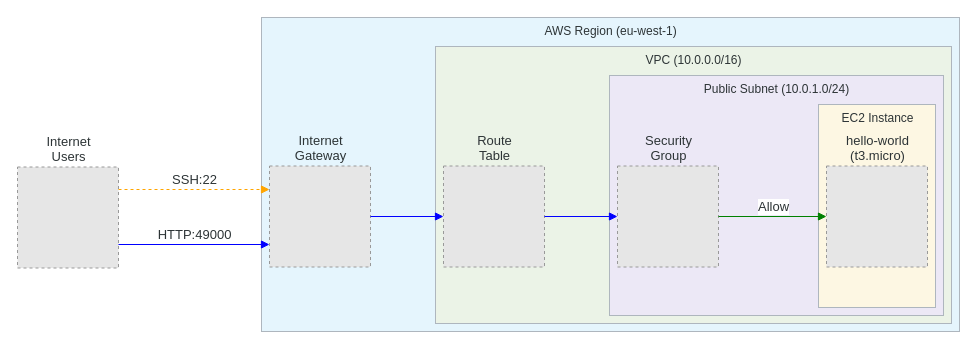
Before: infra/docs/infra-architecture.drawio in oriolrius/hello-world, a draw.io diagram. Source tidied: cells renumbered, new cells numbered last; positions are measured from the earlier drawing's top-left corner, leaving out a move shared by most shapes. Both pictures are drawn from the tidied source at 100%, with x=0, y=0 at pixel (17, 17). Pictures stored in the file or linked from it are replaced by grey dashed boxes.
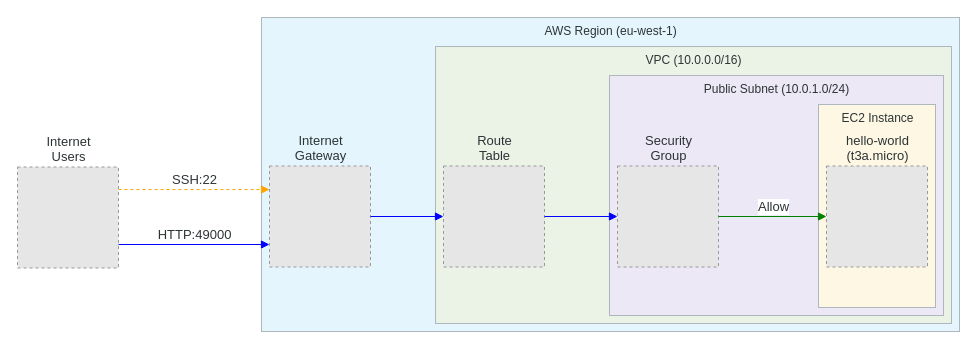
The same diagram, later.

Commit message (it also covers changes not shown here):
docs(infra): fix instance type and update for v5.x Docker deployment

What changed in the source:
```diff
@@
 <mxGraphModel>
   <root>
     <mxCell id="0" />
     <mxCell id="1" parent="0" />
     <mxCell id="2" value="&lt;font style='font-size: 12.0px;' face='Sans-Serif' color='#2d3436'&gt;AWS Region (eu-west-1)&lt;/font&gt;" style="verticalAlign=top;html=1;rounded=0;labelBackgroundColor=none;strokeColor=#aeb6be;fillColor=#e5f5fd;strokeWidth=1;dashed=0;" parent="1" vertex="1">
       <mxGeometry x="244" width="698" height="314" as="geometry" />
     </mxCell>
     <mxCell id="3" value="&lt;font style='font-size: 12.0px;' face='Sans-Serif' color='#2d3436'&gt;VPC (10.0.0.0/16)&lt;/font&gt;" style="verticalAlign=top;html=1;rounded=0;labelBackgroundColor=none;strokeColor=#aeb6be;fillColor=#ebf3e7;strokeWidth=1;dashed=0;" parent="1" vertex="1">
       <mxGeometry x="418" y="29" width="516" height="277" as="geometry" />
     </mxCell>
     <mxCell id="4" value="&lt;font style='font-size: 12.0px;' face='Sans-Serif' color='#2d3436'&gt;Public Subnet (10.0.1.0/24)&lt;/font&gt;" style="verticalAlign=top;html=1;rounded=0;labelBackgroundColor=none;strokeColor=#aeb6be;fillColor=#ece8f6;strokeWidth=1;dashed=0;" parent="1" vertex="1">
       <mxGeometry x="592" y="58" width="334" height="240" as="geometry" />
     </mxCell>
     <mxCell id="5" value="&lt;font style='font-size: 12.0px;' face='Sans-Serif' color='#2d3436'&gt;EC2 Instance&lt;/font&gt;" style="verticalAlign=top;html=1;rounded=0;labelBackgroundColor=none;strokeColor=#aeb6be;fillColor=#fdf7e3;strokeWidth=1;dashed=0;" parent="1" vertex="1">
       <mxGeometry x="801" y="87" width="117" height="203" as="geometry" />
     </mxCell>
-    <mxCell id="6" value="&lt;font style='font-size: 13.0px;' face='Sans-Serif' color='#2d3436'&gt;hello-world&lt;br/&gt;(t3.micro)&lt;/font&gt;" style="fillColor=#E6E6E6;strokeColor=#999999;dashed=1;verticalLabelPosition=top;labelBackgroundColor=none;verticalAlign=bottom;html=1;" parent="1" vertex="1">
+    <mxCell id="6" value="&lt;font style='font-size: 13.0px;' face='Sans-Serif' color='#2d3436'&gt;hello-world&lt;br/&gt;(t3a.micro)&lt;/font&gt;" style="fillColor=#E6E6E6;strokeColor=#999999;dashed=1;verticalLabelPosition=top;labelBackgroundColor=none;verticalAlign=bottom;html=1;" parent="1" vertex="1">
       <mxGeometry x="809" y="148.5" width="101" height="101" as="geometry" />
     </mxCell>
     <mxCell id="7" value="&lt;font style='font-size: 13.0px;' face='Sans-Serif' color='#2d3436'&gt;Security&lt;br/&gt;Group&lt;/font&gt;" style="fillColor=#E6E6E6;strokeColor=#999999;dashed=1;verticalLabelPosition=top;labelBackgroundColor=none;verticalAlign=bottom;html=1;" parent="1" vertex="1">
       <mxGeometry x="600" y="148.5" width="101" height="101" as="geometry" />
     </mxCell>
     <mxCell id="8" value="&lt;font style='font-size: 13.0px;' face='Sans-Serif' color='#2d3436'&gt;Route&lt;br/&gt;Table&lt;/font&gt;" style="fillColor=#E6E6E6;strokeColor=#999999;dashed=1;verticalLabelPosition=top;labelBackgroundColor=none;verticalAlign=bottom;html=1;" parent="1" vertex="1">
       <mxGeometry x="426" y="148.5" width="101" height="101" as="geometry" />
     </mxCell>
     <mxCell id="9" value="&lt;font style='font-size: 13.0px;' face='Sans-Serif' color='#2d3436'&gt;Internet&lt;br/&gt;Gateway&lt;/font&gt;" style="fillColor=#E6E6E6;strokeColor=#999999;dashed=1;verticalLabelPosition=top;labelBackgroundColor=none;verticalAlign=bottom;html=1;" parent="1" vertex="1">
       <mxGeometry x="252" y="148.5" width="101" height="101" as="geometry" />
     </mxCell>
     <mxCell id="10" value="&lt;font style='font-size: 13.0px;' face='Sans-Serif' color='#2d3436'&gt;Internet&lt;br/&gt;Users&lt;/font&gt;" style="fillColor=#E6E6E6;strokeColor=#999999;dashed=1;verticalLabelPosition=top;labelBackgroundColor=none;verticalAlign=bottom;html=1;" parent="1" vertex="1">
       <mxGeometry y="149.5" width="101" height="101" as="geometry" />
     </mxCell>
     <mxCell id="11" style="html=1;endArrow=block;dashed=0;endFill=1;startArrow=none;startFill=0;fillColor=green;strokeColor=green;strokeWidth=1;rounded=1;exitX=1.0000;exitY=0.5000;entryX=0.0000;entryY=0.5000;" parent="1" edge="1" source="7" target="6">
       <mxGeometry relative="1" as="geometry" />
     </mxCell>
     <mxCell id="12" value="&lt;font style='font-size: 13.0px;' face='Sans-Serif' color='#2d3436'&gt;Allow&lt;/font&gt;" style="edgeLabel;html=1;align=center;verticalAlign=bottom;" parent="11" vertex="1">
       <mxGeometry relative="1" as="geometry" />
     </mxCell>
     <mxCell id="13" style="html=1;endArrow=block;dashed=0;endFill=1;startArrow=none;startFill=0;fillColor=blue;strokeColor=blue;strokeWidth=1;rounded=1;exitX=1.0000;exitY=0.5000;entryX=0.0000;entryY=0.5000;" parent="1" edge="1" source="8" target="7">
       <mxGeometry relative="1" as="geometry" />
     </mxCell>
     <mxCell id="14" style="html=1;endArrow=block;dashed=0;endFill=1;startArrow=none;startFill=0;fillColor=blue;strokeColor=blue;strokeWidth=1;rounded=1;exitX=1.0000;exitY=0.5000;entryX=0.0000;entryY=0.5000;" parent="1" edge="1" source="9" target="8">
       <mxGeometry relative="1" as="geometry" />
     </mxCell>
     <mxCell id="15" style="html=1;endArrow=block;dashed=0;endFill=1;startArrow=none;startFill=0;fillColor=blue;strokeColor=blue;strokeWidth=1;rounded=1;exitX=1.0000;exitY=0.7673;entryX=0.0000;entryY=0.7772;" parent="1" edge="1" source="10" target="9">
       <mxGeometry relative="1" as="geometry" />
     </mxCell>
     <mxCell id="16" value="&lt;font style='font-size: 13.0px;' face='Sans-Serif' color='#2d3436'&gt;HTTP:49000&lt;/font&gt;" style="edgeLabel;html=1;align=center;verticalAlign=bottom;" parent="15" vertex="1">
       <mxGeometry relative="1" as="geometry" />
     </mxCell>
     <mxCell id="17" style="html=1;endArrow=block;dashed=1;endFill=1;startArrow=none;startFill=0;fillColor=orange;strokeColor=orange;strokeWidth=1;rounded=1;exitX=1.0000;exitY=0.2228;entryX=0.0000;entryY=0.2327;" parent="1" edge="1" source="10" target="9">
       <mxGeometry relative="1" as="geometry" />
     </mxCell>
     <mxCell id="18" value="&lt;font style='font-size: 13.0px;' face='Sans-Serif' color='#2d3436'&gt;SSH:22&lt;/font&gt;" style="edgeLabel;html=1;align=center;verticalAlign=bottom;" parent="17" vertex="1">
       <mxGeometry relative="1" as="geometry" />
     </mxCell>
   </root>
 </mxGraphModel>
```
